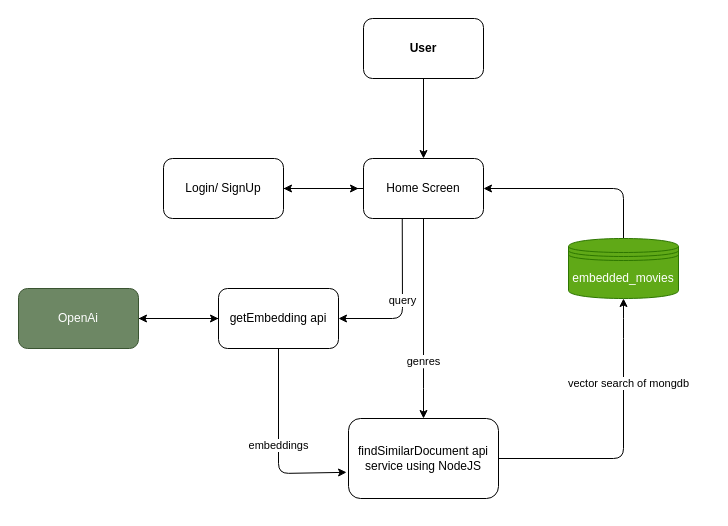
This is design_and_requirements/semanticSearch.drawio from Movie-Flex/movie-search, a draw.io file, before an edit. Source tidied: cells renumbered, new cells numbered last; positions are measured from the earlier drawing's top-left corner, leaving out a move shared by most shapes. Both pictures are drawn from the tidied source at 100%, with x=0, y=0 at pixel (18, 18).
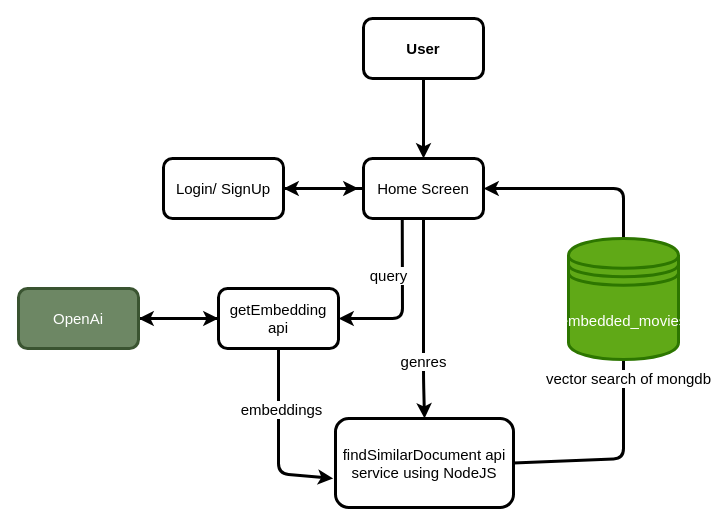
The same diagram, later.

What changed in the source:
```diff
@@
-    <mxCell id="2" style="edgeStyle=none;html=1;" parent="1" edge="1" source="3" target="7">
+    <mxCell id="2" style="edgeStyle=none;html=1;strokeWidth=3;" parent="1" edge="1" source="3" target="7">
       <mxGeometry relative="1" as="geometry" />
     </mxCell>
-    <mxCell id="3" value="&lt;b&gt;User&lt;/b&gt;" style="rounded=1;whiteSpace=wrap;html=1;" parent="1" vertex="1">
+    <mxCell id="3" value="&lt;b&gt;&lt;font style=&quot;font-size: 15px;&quot;&gt;User&lt;/font&gt;&lt;/b&gt;" style="rounded=1;whiteSpace=wrap;html=1;strokeWidth=3;" parent="1" vertex="1">
       <mxGeometry x="345" width="120" height="60" as="geometry" />
     </mxCell>
-    <mxCell id="4" style="edgeStyle=none;html=1;" parent="1" edge="1" source="7" target="9">
+    <mxCell id="4" style="edgeStyle=none;html=1;strokeWidth=3;" parent="1" edge="1" source="7" target="9">
       <mxGeometry relative="1" as="geometry" />
     </mxCell>
-    <mxCell id="5" value="query" style="edgeStyle=none;html=1;exitX=0.323;exitY=1.006;exitDx=0;exitDy=0;exitPerimeter=0;" parent="1" edge="1" source="7" target="16">
-      <mxGeometry relative="1" as="geometry">
+    <mxCell id="5" value="&lt;font style=&quot;font-size: 15px;&quot;&gt;query&lt;/font&gt;" style="edgeStyle=none;html=1;exitX=0.323;exitY=1.006;exitDx=0;exitDy=0;exitPerimeter=0;strokeWidth=3;" parent="1" edge="1" source="7" target="16">
+      <mxGeometry x="-0.3" y="-14" relative="1" as="geometry">
         <Array as="points">
           <mxPoint x="384" y="300" />
         </Array>
       </mxGeometry>
     </mxCell>
-    <mxCell id="6" value="genres" style="edgeStyle=none;html=1;exitX=0.5;exitY=1;exitDx=0;exitDy=0;entryX=0.5;entryY=0;entryDx=0;entryDy=0;" parent="1" edge="1" source="7" target="11">
+    <mxCell id="6" value="&lt;font style=&quot;font-size: 15px;&quot;&gt;genres&lt;/font&gt;" style="edgeStyle=none;html=1;exitX=0.5;exitY=1;exitDx=0;exitDy=0;entryX=0.5;entryY=0;entryDx=0;entryDy=0;strokeWidth=3;" parent="1" edge="1" source="7" target="11">
       <mxGeometry x="0.43" relative="1" as="geometry">
         <Array as="points">
           <mxPoint x="405" y="360" />
         </Array>
       </mxGeometry>
     </mxCell>
-    <mxCell id="7" value="Home Screen" style="whiteSpace=wrap;html=1;rounded=1;" parent="1" vertex="1">
+    <mxCell id="7" value="&lt;font style=&quot;font-size: 15px;&quot;&gt;Home Screen&lt;/font&gt;" style="whiteSpace=wrap;html=1;rounded=1;strokeWidth=3;" parent="1" vertex="1">
       <mxGeometry x="345" y="140" width="120" height="60" as="geometry" />
     </mxCell>
-    <mxCell id="8" style="edgeStyle=none;html=1;" parent="1" edge="1" source="9">
+    <mxCell id="8" style="edgeStyle=none;html=1;strokeWidth=3;" parent="1" edge="1" source="9">
       <mxGeometry relative="1" as="geometry">
         <mxPoint x="340" y="170" as="targetPoint" />
       </mxGeometry>
     </mxCell>
-    <mxCell id="9" value="Login/ SignUp" style="whiteSpace=wrap;html=1;rounded=1;" parent="1" vertex="1">
+    <mxCell id="9" value="&lt;font style=&quot;font-size: 15px;&quot;&gt;Login/ SignUp&lt;/font&gt;" style="whiteSpace=wrap;html=1;rounded=1;strokeWidth=3;" parent="1" vertex="1">
       <mxGeometry x="145" y="140" width="120" height="60" as="geometry" />
     </mxCell>
-    <mxCell id="10" value="vector search of mongdb" style="edgeStyle=none;html=1;exitX=1;exitY=0.5;exitDx=0;exitDy=0;entryX=0.5;entryY=1;entryDx=0;entryDy=0;" parent="1" edge="1" source="11" target="13">
+    <mxCell id="10" value="&lt;font style=&quot;font-size: 15px;&quot;&gt;vector search of mongdb&lt;/font&gt;" style="edgeStyle=none;html=1;exitX=1;exitY=0.5;exitDx=0;exitDy=0;entryX=0.5;entryY=1;entryDx=0;entryDy=0;strokeWidth=3;" parent="1" edge="1" source="11" target="13">
       <mxGeometry x="0.4" y="-5" relative="1" as="geometry">
         <Array as="points">
           <mxPoint x="605" y="440" />
           <mxPoint x="605" y="310" />
         </Array>
       </mxGeometry>
     </mxCell>
-    <mxCell id="11" value="findSimilarDocument api&lt;br&gt;service using NodeJS" style="whiteSpace=wrap;html=1;rounded=1;" parent="1" vertex="1">
-      <mxGeometry x="330" y="400" width="150" height="80" as="geometry" />
+    <mxCell id="11" value="&lt;font style=&quot;font-size: 15px;&quot;&gt;findSimilarDocument api&lt;br&gt;service using NodeJS&lt;/font&gt;" style="whiteSpace=wrap;html=1;rounded=1;strokeWidth=3;" parent="1" vertex="1">
+      <mxGeometry x="317" y="400" width="178" height="89" as="geometry" />
     </mxCell>
-    <mxCell id="12" style="edgeStyle=none;html=1;entryX=1;entryY=0.5;entryDx=0;entryDy=0;" parent="1" edge="1" source="13" target="7">
+    <mxCell id="12" style="edgeStyle=none;html=1;entryX=1;entryY=0.5;entryDx=0;entryDy=0;strokeWidth=3;" parent="1" edge="1" source="13" target="7">
       <mxGeometry relative="1" as="geometry">
         <Array as="points">
           <mxPoint x="605" y="170" />
         </Array>
       </mxGeometry>
     </mxCell>
-    <mxCell id="13" value="embedded_movies&lt;br&gt;" style="shape=datastore;whiteSpace=wrap;html=1;fillColor=#60a917;fontColor=#ffffff;strokeColor=#2D7600;" parent="1" vertex="1">
-      <mxGeometry x="550" y="220" width="110" height="60" as="geometry" />
+    <mxCell id="13" value="&lt;font style=&quot;font-size: 15px;&quot;&gt;embedded_movies&lt;/font&gt;" style="shape=datastore;whiteSpace=wrap;html=1;fillColor=#60a917;fontColor=#ffffff;strokeColor=#2D7600;strokeWidth=3;" parent="1" vertex="1">
+      <mxGeometry x="550" y="220" width="110" height="121" as="geometry" />
     </mxCell>
-    <mxCell id="14" style="edgeStyle=none;html=1;" parent="1" edge="1" source="16" target="18">
+    <mxCell id="14" style="edgeStyle=none;html=1;strokeWidth=3;" parent="1" edge="1" source="16" target="18">
       <mxGeometry relative="1" as="geometry" />
     </mxCell>
-    <mxCell id="15" value="embeddings" style="edgeStyle=none;html=1;entryX=-0.013;entryY=0.673;entryDx=0;entryDy=0;entryPerimeter=0;" parent="1" edge="1" source="16" target="11">
-      <mxGeometry relative="1" as="geometry">
+    <mxCell id="15" value="&lt;font style=&quot;font-size: 15px;&quot;&gt;embeddings&lt;/font&gt;" style="edgeStyle=none;html=1;entryX=-0.013;entryY=0.673;entryDx=0;entryDy=0;entryPerimeter=0;strokeWidth=3;" parent="1" edge="1" source="16" target="11">
+      <mxGeometry x="-0.32" y="3" relative="1" as="geometry">
         <Array as="points">
           <mxPoint x="260" y="455" />
         </Array>
       </mxGeometry>
     </mxCell>
-    <mxCell id="16" value="getEmbedding api" style="whiteSpace=wrap;html=1;rounded=1;" parent="1" vertex="1">
+    <mxCell id="16" value="&lt;font style=&quot;font-size: 15px;&quot;&gt;getEmbedding api&lt;/font&gt;" style="whiteSpace=wrap;html=1;rounded=1;strokeWidth=3;" parent="1" vertex="1">
       <mxGeometry x="200" y="270" width="120" height="60" as="geometry" />
     </mxCell>
-    <mxCell id="17" style="edgeStyle=none;html=1;" parent="1" edge="1" source="18" target="16">
+    <mxCell id="17" style="edgeStyle=none;html=1;strokeWidth=3;" parent="1" edge="1" source="18" target="16">
       <mxGeometry relative="1" as="geometry" />
     </mxCell>
-    <mxCell id="18" value="OpenAi" style="whiteSpace=wrap;html=1;rounded=1;fillColor=#6d8764;fontColor=#ffffff;strokeColor=#3A5431;" parent="1" vertex="1">
+    <mxCell id="18" value="&lt;font style=&quot;font-size: 15px;&quot;&gt;OpenAi&lt;/font&gt;" style="whiteSpace=wrap;html=1;rounded=1;fillColor=#6d8764;fontColor=#ffffff;strokeColor=#3A5431;strokeWidth=3;" parent="1" vertex="1">
       <mxGeometry y="270" width="120" height="60" as="geometry" />
     </mxCell>
```
